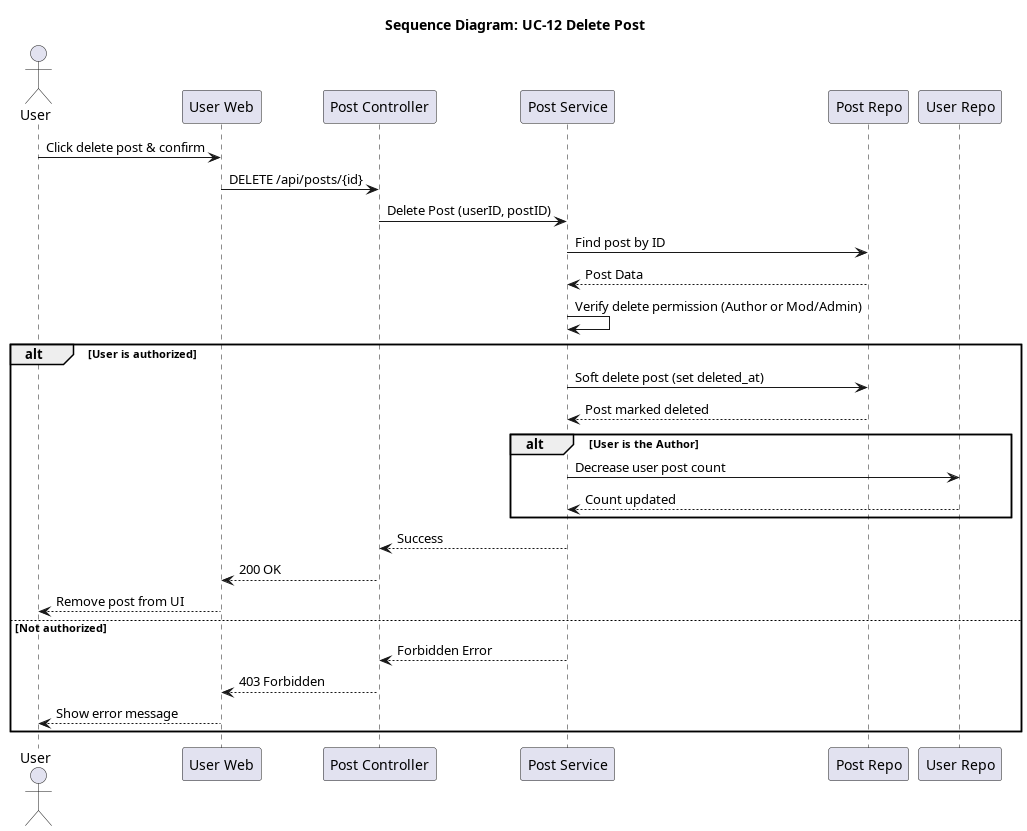
Above: docs/srs_add/SAD/diagrams/seq_12_delete_post.png in giakiet05/lkforum-new (PlantUML), before the change.
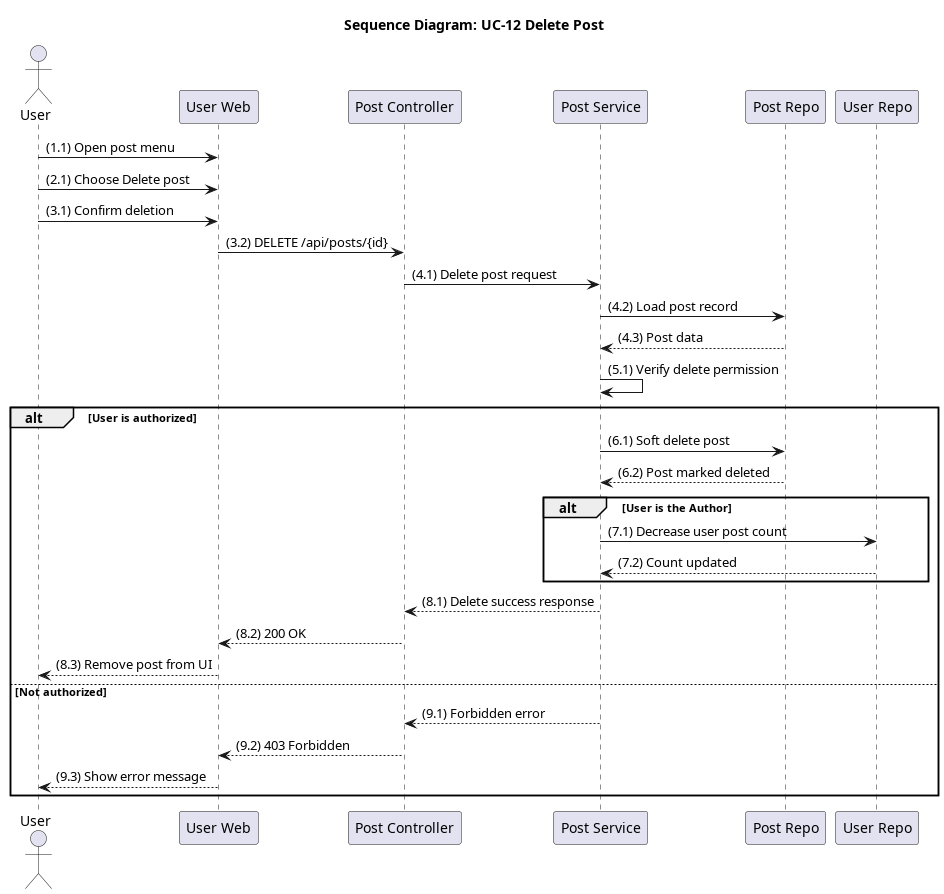
Above is the later version.

Diff of the diagram source:
```diff
@@ -8,28 +8,30 @@
 participant "Post Repo" as PostRepo
 participant "User Repo" as UserRepo
 
-User -> Frontend: Click delete post & confirm
-Frontend -> Controller: DELETE /api/posts/{id}
-Controller -> Service: Delete Post (userID, postID)
-Service -> PostRepo: Find post by ID
-PostRepo --> Service: Post Data
-Service -> Service: Verify delete permission (Author or Mod/Admin)
+User -> Frontend: (1.1) Open post menu
+User -> Frontend: (2.1) Choose Delete post
+User -> Frontend: (3.1) Confirm deletion
+Frontend -> Controller: (3.2) DELETE /api/posts/{id}
+Controller -> Service: (4.1) Delete post request
+Service -> PostRepo: (4.2) Load post record
+PostRepo --> Service: (4.3) Post data
+Service -> Service: (5.1) Verify delete permission
 
 alt User is authorized
-    Service -> PostRepo: Soft delete post (set deleted_at)
-    PostRepo --> Service: Post marked deleted
+    Service -> PostRepo: (6.1) Soft delete post
+    PostRepo --> Service: (6.2) Post marked deleted
 
     alt User is the Author
-        Service -> UserRepo: Decrease user post count
-        UserRepo --> Service: Count updated
+        Service -> UserRepo: (7.1) Decrease user post count
+        UserRepo --> Service: (7.2) Count updated
     end
 
-    Service --> Controller: Success
-    Controller --> Frontend: 200 OK
-    Frontend --> User: Remove post from UI
+    Service --> Controller: (8.1) Delete success response
+    Controller --> Frontend: (8.2) 200 OK
+    Frontend --> User: (8.3) Remove post from UI
 else Not authorized
-    Service --> Controller: Forbidden Error
-    Controller --> Frontend: 403 Forbidden
-    Frontend --> User: Show error message
+    Service --> Controller: (9.1) Forbidden error
+    Controller --> Frontend: (9.2) 403 Forbidden
+    Frontend --> User: (9.3) Show error message
 end
 @enduml
```
